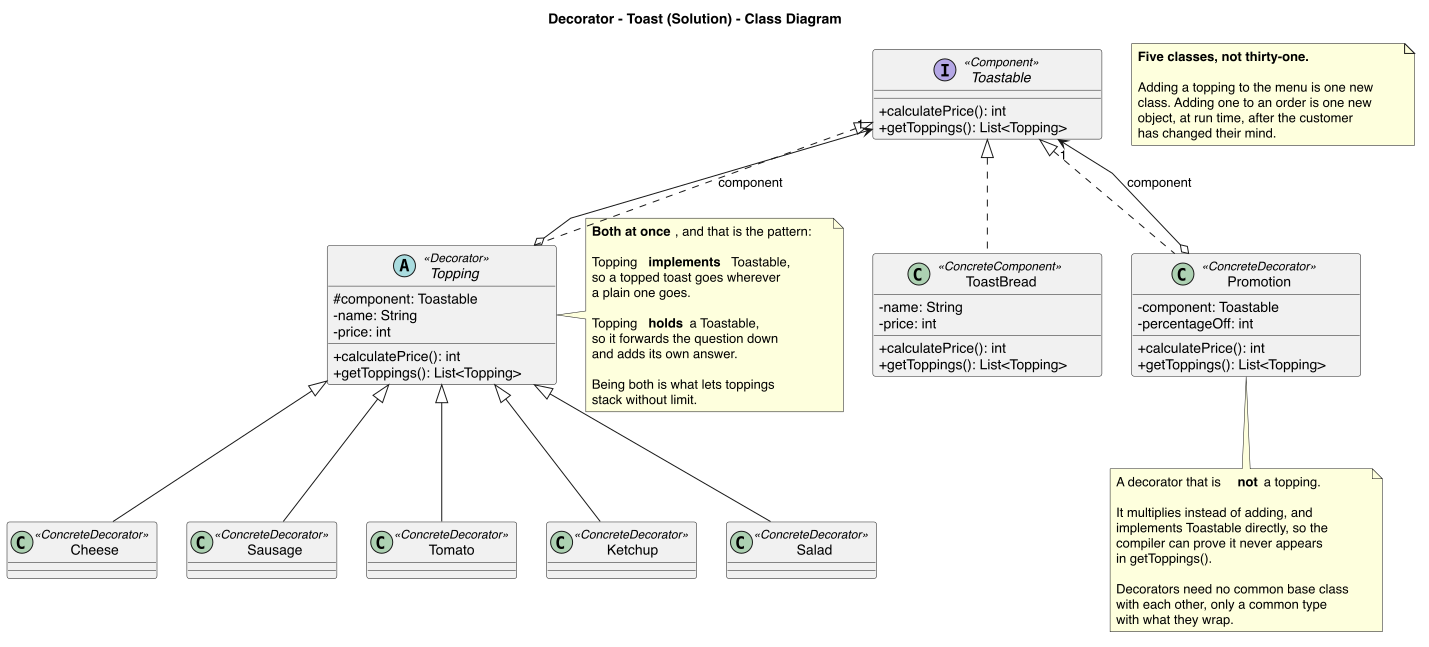
The PlantUML diagram src/main/java/dev/kaldiroglu/dp/structural/decorator/toast/solution/uml/decorator-toast-solution-class-diagram.png in kaldiroglu/DesignPatternsWithJava, before a commit. Its source is kept beside it as src/main/java/dev/kaldiroglu/dp/structural/decorator/toast/solution/uml/decorator-toast-solution-class-diagram.puml.
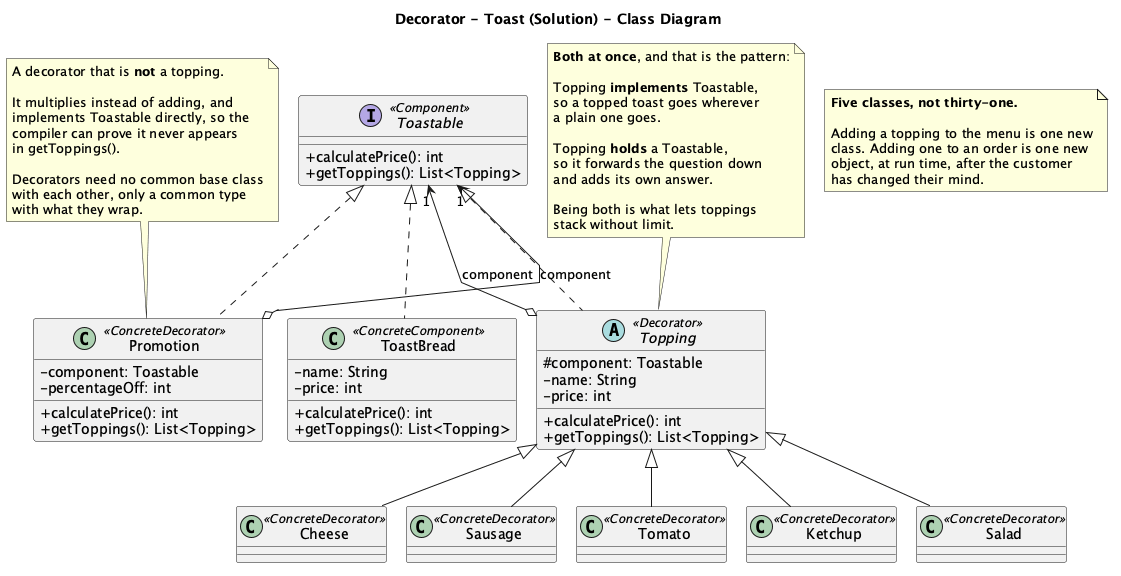
The same diagram one commit later.

Diff of the diagram source:
```diff
@@ -1,6 +1,6 @@
 @startuml
+skinparam nodesep 20
 skinparam linetype polyline
-skinparam nodesep 30
 title Decorator - Toast (Solution) - Class Diagram
 
 skinparam classAttributeIconSize 0
@@ -49,7 +49,7 @@
 Topping <|-- Ketchup
 Topping <|-- Salad
 
-note right of Topping
+note top of Topping
   **Both at once**, and that is the pattern:
 
   Topping **implements** Toastable,
@@ -64,7 +64,7 @@
   stack without limit.
 end note
 
-note bottom of Promotion
+note top of Promotion
   A decorator that is **not** a topping.
 
   It multiplies instead of adding, and
@@ -86,6 +86,7 @@
   has changed their mind.
 end note
 
-Topping o-[norank]-> "1" Toastable : component
+Topping o--> "1" Toastable : component
 Promotion o-[norank]-> "1" Toastable : component
+
 @enduml
```
